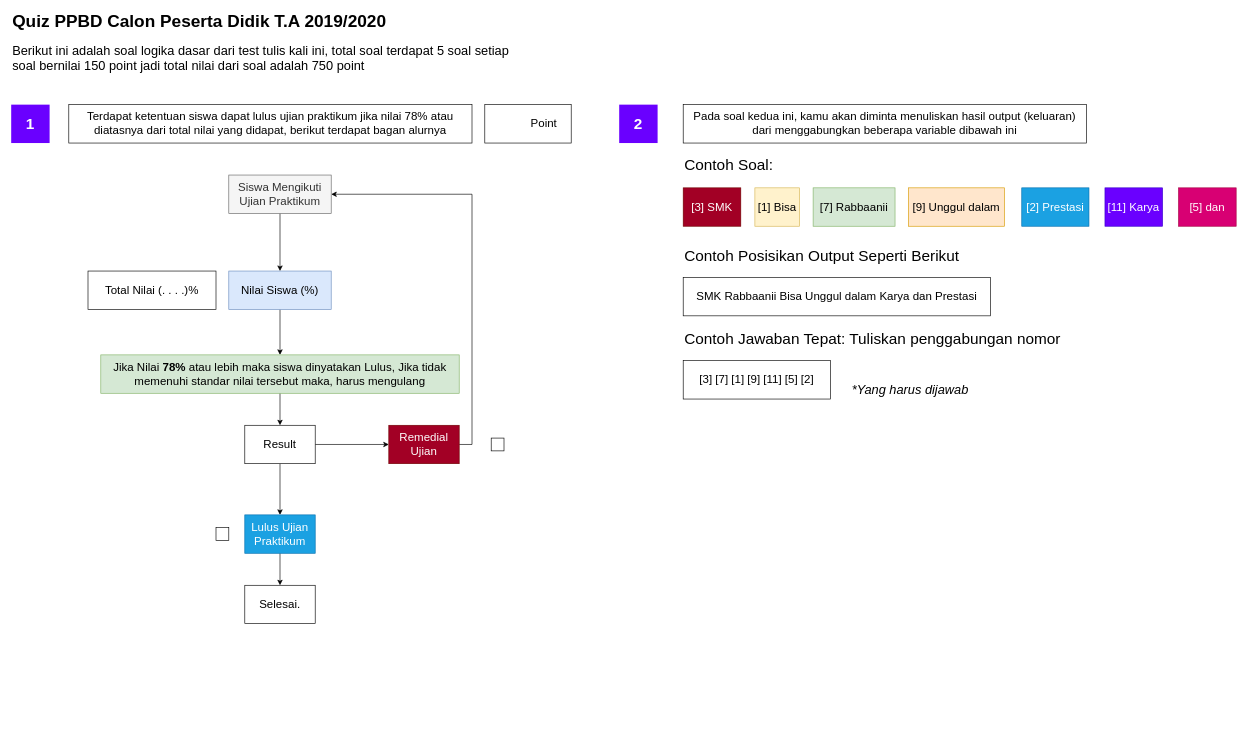
Earlier version of the draw.io diagram soal-ppbd-siswa.drawio (codedadu/Quiz-PPBD). Source tidied: cells renumbered, new cells numbered last; positions are measured from the earlier drawing's top-left corner, leaving out a move shared by most shapes. Both pictures are drawn from the tidied source at 64%, with x=0, y=0 at pixel (11, 15).
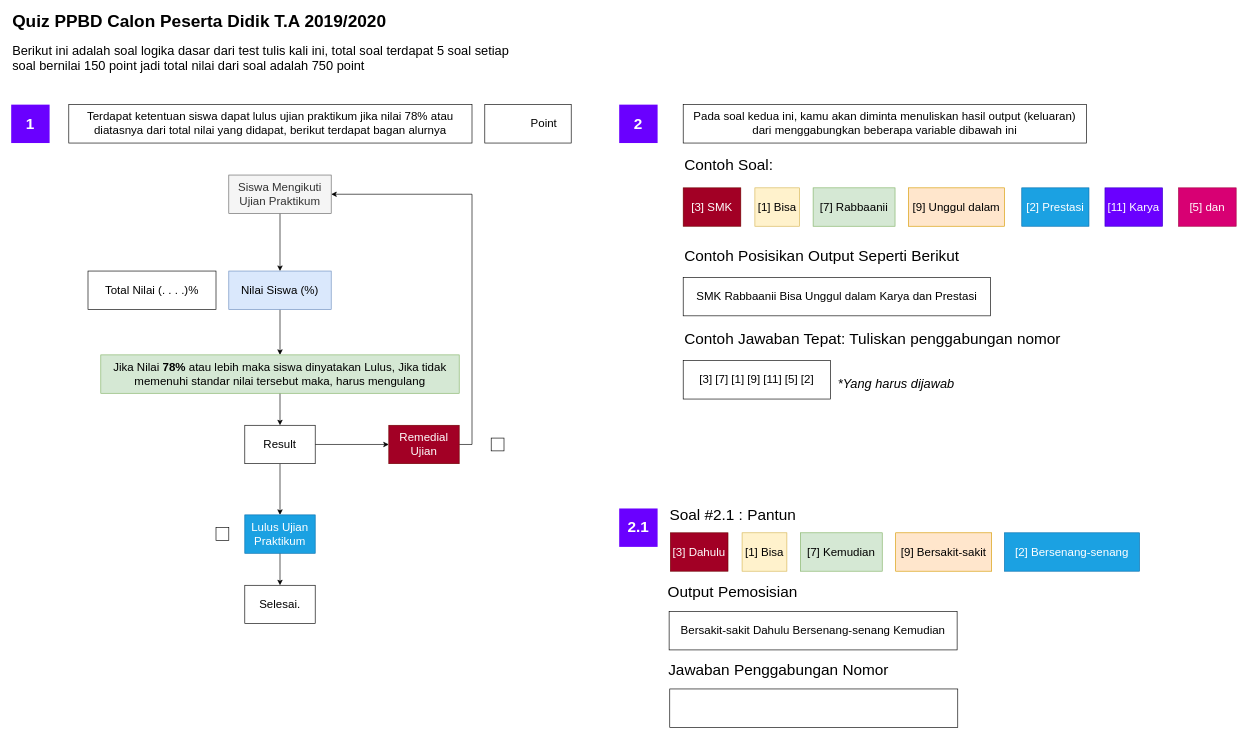
The same page after the edit.

Commit message (it also covers changes not shown here):
Soal PPBD Tahun Ajarang 2019-2020 Gelombang 1 | Build 12

Change to the diagram source:
```diff
@@
     <mxCell id="38" value="&lt;font style=&quot;font-size: 20px&quot;&gt;&lt;i&gt;*Yang harus dijawab&lt;/i&gt;&lt;/font&gt;" style="text;html=1;align=left;verticalAlign=top;spacingTop=-4;" parent="1" vertex="1">
-      <mxGeometry x="1312" y="570" width="200" height="20" as="geometry" />
+      <mxGeometry x="1290" y="561" width="200" height="20" as="geometry" />
     </mxCell>
+    <mxCell id="39" value="2.1" style="rounded=0;whiteSpace=wrap;html=1;fontSize=24;align=center;fontStyle=1;fillColor=#6a00ff;strokeColor=none;fontColor=#ffffff;" parent="1" vertex="1">
+      <mxGeometry x="950" y="771" width="60" height="60" as="geometry" />
+    </mxCell>
+    <mxCell id="40" value="[3] Dahulu" style="rounded=0;whiteSpace=wrap;html=1;fontSize=18;align=center;fontStyle=0;fillColor=#a20025;strokeColor=#6F0000;fontColor=#ffffff;" parent="1" vertex="1">
+      <mxGeometry x="1030" y="809" width="90" height="60" as="geometry" />
+    </mxCell>
+    <mxCell id="41" value="[1] Bisa" style="rounded=0;whiteSpace=wrap;html=1;fontSize=18;align=center;fontStyle=0;fillColor=#fff2cc;strokeColor=#d6b656;" parent="1" vertex="1">
+      <mxGeometry x="1142" y="809" width="70" height="60" as="geometry" />
+    </mxCell>
+    <mxCell id="42" value="[7] Kemudian" style="rounded=0;whiteSpace=wrap;html=1;fontSize=18;align=center;fontStyle=0;fillColor=#d5e8d4;strokeColor=#82b366;" parent="1" vertex="1">
+      <mxGeometry x="1233" y="809" width="128" height="60" as="geometry" />
+    </mxCell>
+    <mxCell id="43" value="[9] Bersakit-sakit" style="rounded=0;whiteSpace=wrap;html=1;fontSize=18;align=center;fontStyle=0;fillColor=#ffe6cc;strokeColor=#d79b00;" parent="1" vertex="1">
+      <mxGeometry x="1382" y="809" width="150" height="60" as="geometry" />
+    </mxCell>
+    <mxCell id="44" value="[2] Bersenang-senang" style="rounded=0;whiteSpace=wrap;html=1;fontSize=18;align=center;fontStyle=0;fillColor=#1ba1e2;strokeColor=#006EAF;fontColor=#ffffff;" parent="1" vertex="1">
+      <mxGeometry x="1552" y="809" width="211" height="60" as="geometry" />
+    </mxCell>
+    <mxCell id="45" value="&lt;font style=&quot;font-size: 24px&quot;&gt;Soal #2.1 : Pantun&lt;/font&gt;" style="text;html=1;align=left;verticalAlign=top;spacingTop=-4;" parent="1" vertex="1">
+      <mxGeometry x="1027" y="764" width="210" height="20" as="geometry" />
+    </mxCell>
+    <mxCell id="46" value="&lt;font style=&quot;font-size: 24px&quot;&gt;Output Pemosisian&lt;/font&gt;" style="text;html=1;align=left;verticalAlign=top;spacingTop=-4;" parent="1" vertex="1">
+      <mxGeometry x="1024" y="885" width="220" height="20" as="geometry" />
+    </mxCell>
+    <mxCell id="47" value="Bersakit-sakit Dahulu Bersenang-senang Kemudian" style="rounded=0;whiteSpace=wrap;html=1;fontSize=18;align=center;fontStyle=0;" parent="1" vertex="1">
+      <mxGeometry x="1028" y="932" width="450" height="60" as="geometry" />
+    </mxCell>
+    <mxCell id="48" value="&lt;span style=&quot;font-size: 24px&quot;&gt;Jawaban Penggabungan Nomor&lt;/span&gt;" style="text;html=1;align=left;verticalAlign=top;spacingTop=-4;" parent="1" vertex="1">
+      <mxGeometry x="1025" y="1006" width="360" height="20" as="geometry" />
+    </mxCell>
+    <mxCell id="49" style="rounded=0;whiteSpace=wrap;html=1;fontSize=18;align=center;fontStyle=0;" parent="1" vertex="1">
+      <mxGeometry x="1029" y="1053" width="450" height="60" as="geometry" />
+    </mxCell>
```
